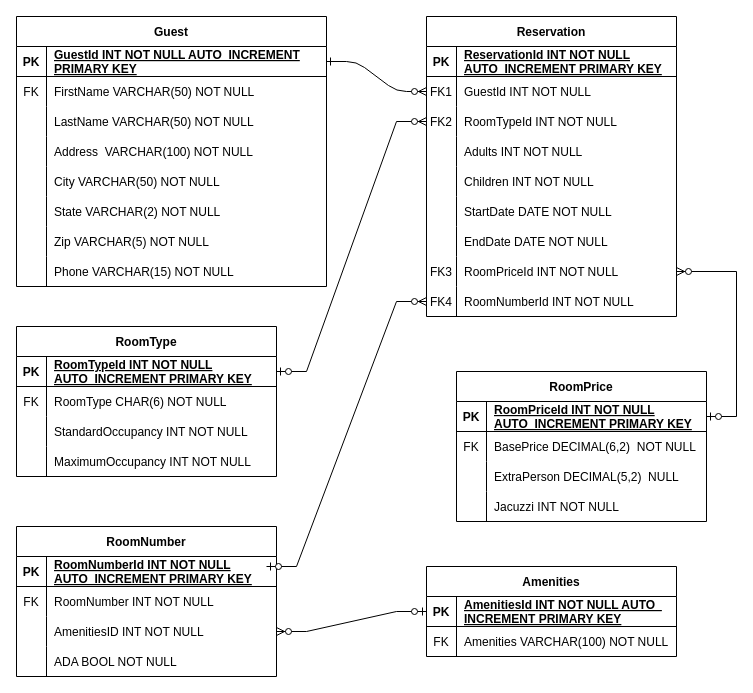
Earlier version of the draw.io diagram ERD_Hotel.drawio (adserk/c217_sql). Source tidied: cells renumbered, new cells numbered last; positions are measured from the earlier drawing's top-left corner, leaving out a move shared by most shapes. Both pictures are drawn from the tidied source at 100%, with x=0, y=0 at pixel (16, 16).
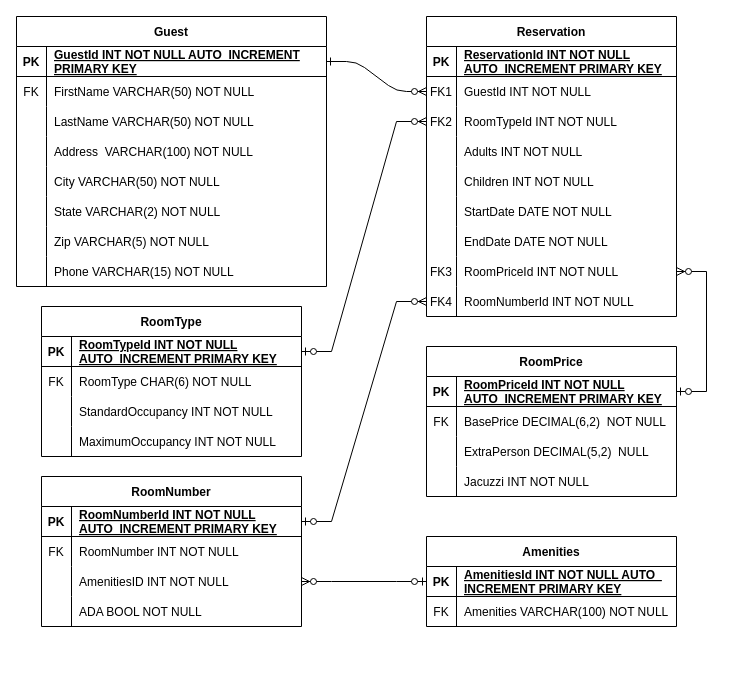
Above is the later version.

Unchanged cells that the change refers to:
```xml
<mxCell id="25" style="shape=partialRectangle;fillColor=none;points=[[0,0.5],[1,0.5]];portConstraint=eastwest;top=0;left=0;right=0;bottom=0;" parent="3" vertex="1">
  <mxGeometry y="240" width="250" height="30" as="geometry" />
</mxCell>
<mxCell id="28" style="shape=partialRectangle;fillColor=none;points=[[0,0.5],[1,0.5]];portConstraint=eastwest;top=0;left=0;right=0;bottom=0;" parent="3" vertex="1">
  <mxGeometry y="270" width="250" height="30" as="geometry" />
</mxCell>
<mxCell id="32" style="shape=partialRectangle;fillColor=none;points=[[0,0.5],[1,0.5]];portConstraint=eastwest;top=0;left=0;right=0;bottom=1;" parent="31" vertex="1">
  <mxGeometry y="30" width="250" height="30" as="geometry" />
</mxCell>
<mxCell id="84" style="shape=partialRectangle;fillColor=none;points=[[0,0.5],[1,0.5]];portConstraint=eastwest;top=0;left=0;right=0;bottom=1;" parent="83" vertex="1">
  <mxGeometry y="30" width="260" height="30" as="geometry" />
</mxCell>
```

Diff of the diagram source:
```diff
@@
     <mxCell id="31" value="RoomPrice" style="shape=table;startSize=30;childLayout=tableLayout;rowLines=0;fontStyle=1;align=center;" parent="1" vertex="1">
-      <mxGeometry x="440" y="355" width="250" height="150" as="geometry" />
+      <mxGeometry x="410" y="330" width="250" height="150" as="geometry" />
     </mxCell>
@@
-    <mxCell id="69" style="edgeStyle=entityRelationEdgeStyle;fontSize=12;html=1;endArrow=ERzeroToMany;startArrow=ERzeroToOne;rounded=0;entryX=1;entryY=0.5;entryDx=0;entryDy=0;" parent="1" edge="1" target="25">
-      <mxGeometry relative="1" as="geometry">
-        <mxPoint x="690" y="400" as="sourcePoint" />
-      </mxGeometry>
+    <mxCell id="69" style="edgeStyle=entityRelationEdgeStyle;fontSize=12;html=1;endArrow=ERzeroToMany;startArrow=ERzeroToOne;rounded=0;entryX=1;entryY=0.5;entryDx=0;entryDy=0;exitX=1;exitY=0.5;exitDx=0;exitDy=0;" parent="1" edge="1" source="32" target="25">
+      <mxGeometry relative="1" as="geometry" />
     </mxCell>
     <mxCell id="70" value="RoomType" style="shape=table;startSize=30;childLayout=tableLayout;rowLines=0;fontStyle=1;align=center;" parent="1" vertex="1">
-      <mxGeometry y="310" width="260" height="150" as="geometry" />
+      <mxGeometry x="25" y="290" width="260" height="150" as="geometry" />
     </mxCell>
@@
     <mxCell id="83" value="RoomNumber" style="shape=table;startSize=30;childLayout=tableLayout;rowLines=0;fontStyle=1;align=center;" parent="1" vertex="1">
-      <mxGeometry y="510" width="260" height="150" as="geometry" />
+      <mxGeometry x="25" y="460" width="260" height="150" as="geometry" />
     </mxCell>
@@
     <mxCell id="96" value="Amenities" style="shape=table;startSize=30;childLayout=tableLayout;rowLines=0;fontStyle=1;align=center;" parent="1" vertex="1">
-      <mxGeometry x="410" y="550" width="250" height="90" as="geometry" />
+      <mxGeometry x="410" y="520" width="250" height="90" as="geometry" />
     </mxCell>
@@
-    <mxCell id="104" style="edgeStyle=entityRelationEdgeStyle;fontSize=12;html=1;endArrow=ERzeroToMany;startArrow=ERzeroToOne;rounded=0;entryX=0;entryY=0.5;entryDx=0;entryDy=0;" parent="1" edge="1" target="28">
-      <mxGeometry relative="1" as="geometry">
-        <mxPoint x="250" y="550" as="sourcePoint" />
-      </mxGeometry>
+    <mxCell id="104" style="edgeStyle=entityRelationEdgeStyle;fontSize=12;html=1;endArrow=ERzeroToMany;startArrow=ERzeroToOne;rounded=0;entryX=0;entryY=0.5;entryDx=0;entryDy=0;exitX=1;exitY=0.5;exitDx=0;exitDy=0;" parent="1" edge="1" source="84" target="28">
+      <mxGeometry relative="1" as="geometry" />
     </mxCell>
```
